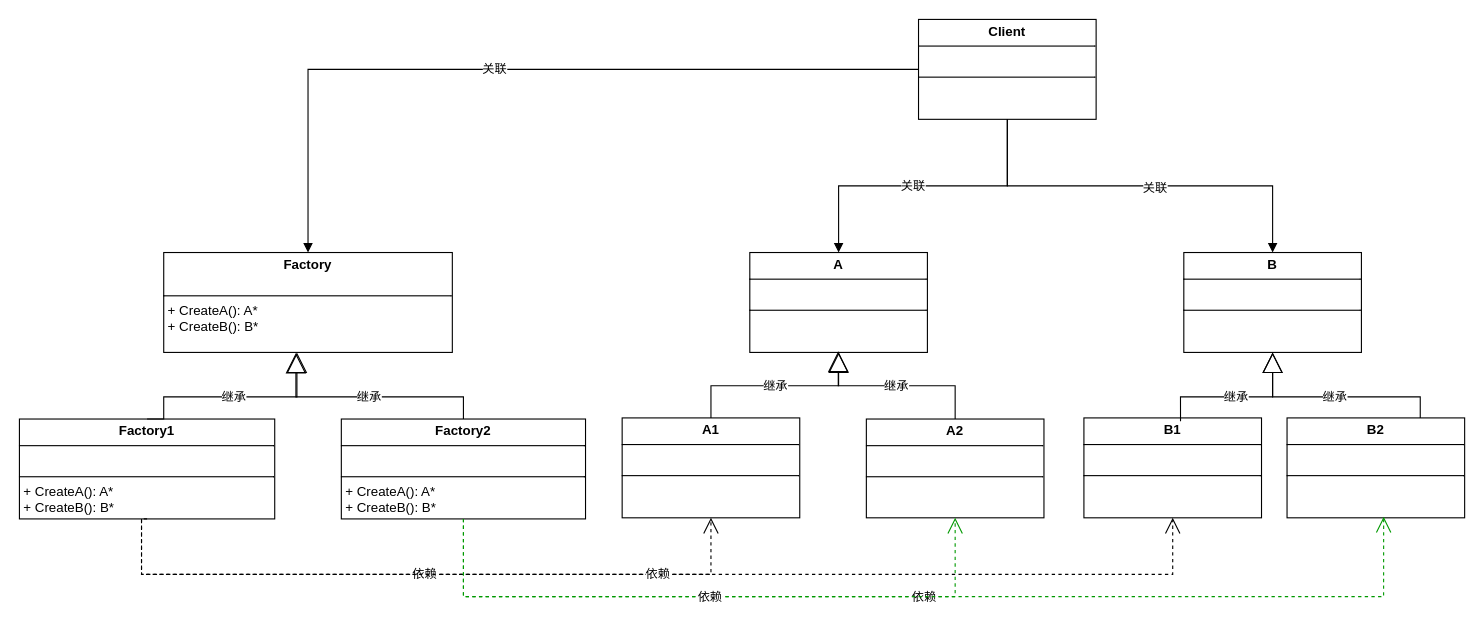
Above: page "抽象工厂结构" (2 of 5) of 设计模式.drawio in liyunhao2/technology (draw.io), before the change. Source tidied: cells renumbered, new cells numbered last; positions are measured from the earlier drawing's top-left corner, leaving out a move shared by most shapes. Both pictures are drawn from the tidied source at 111%, with x=0, y=0 at pixel (19, 19).
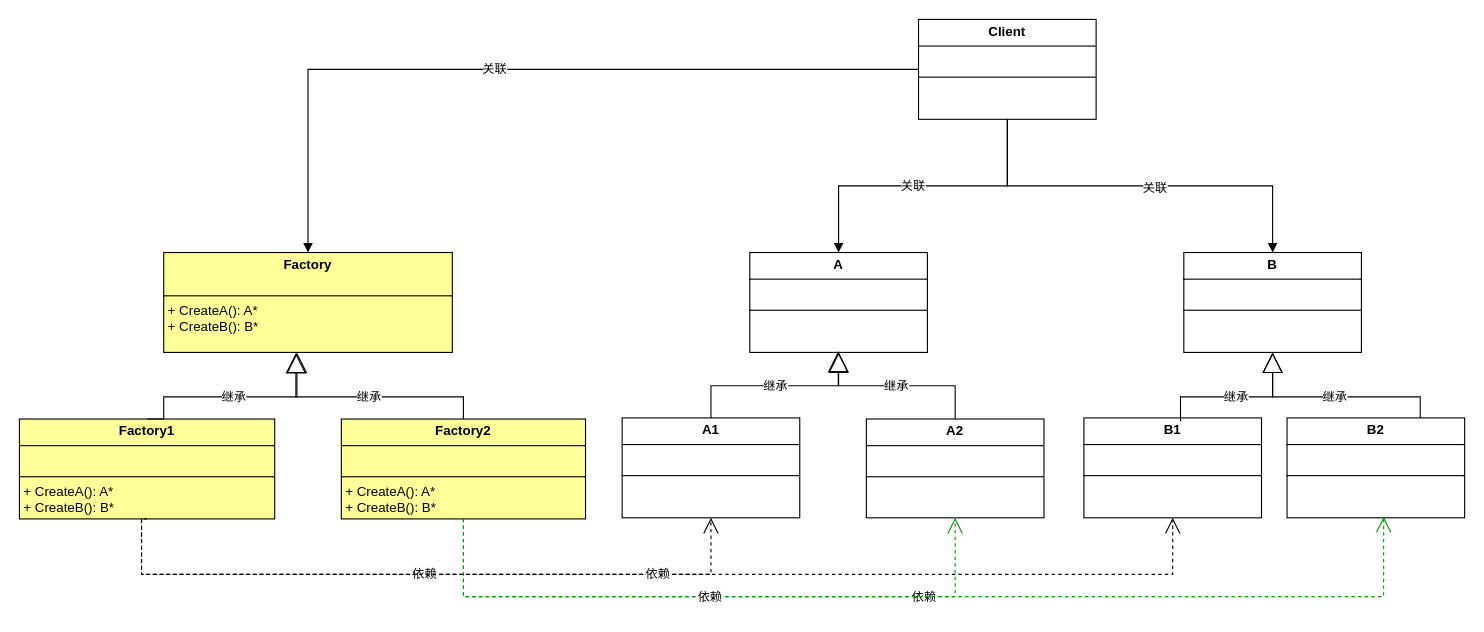
Above is the later version.

Diff of the diagram source:
```diff
@@
-    <mxCell id="6" value="&lt;p style=&quot;margin:0px;margin-top:4px;text-align:center;&quot;&gt;&lt;b&gt;Factory&lt;/b&gt;&lt;/p&gt;&lt;p style=&quot;margin:0px;margin-left:4px;&quot;&gt;&lt;br&gt;&lt;/p&gt;&lt;hr size=&quot;1&quot; style=&quot;border-style:solid;&quot;&gt;&lt;p style=&quot;margin:0px;margin-left:4px;&quot;&gt;+ CreateA(): A*&lt;/p&gt;&lt;p style=&quot;margin:0px;margin-left:4px;&quot;&gt;+ CreateB(): B*&lt;br&gt;&lt;/p&gt;" style="verticalAlign=top;align=left;overflow=fill;html=1;whiteSpace=wrap;" parent="1" vertex="1">
+    <mxCell id="6" value="&lt;p style=&quot;margin:0px;margin-top:4px;text-align:center;&quot;&gt;&lt;b&gt;Factory&lt;/b&gt;&lt;/p&gt;&lt;p style=&quot;margin:0px;margin-left:4px;&quot;&gt;&lt;br&gt;&lt;/p&gt;&lt;hr size=&quot;1&quot; style=&quot;border-style:solid;&quot;&gt;&lt;p style=&quot;margin:0px;margin-left:4px;&quot;&gt;+ CreateA(): A*&lt;/p&gt;&lt;p style=&quot;margin:0px;margin-left:4px;&quot;&gt;+ CreateB(): B*&lt;br&gt;&lt;/p&gt;" style="verticalAlign=top;align=left;overflow=fill;html=1;whiteSpace=wrap;fillColor=#FFFF99;" parent="1" vertex="1">
       <mxGeometry x="130" y="210" width="260" height="90" as="geometry" />
     </mxCell>
-    <mxCell id="7" value="&lt;p style=&quot;margin:0px;margin-top:4px;text-align:center;&quot;&gt;&lt;b&gt;Factory1&lt;/b&gt;&lt;/p&gt;&lt;hr size=&quot;1&quot; style=&quot;border-style:solid;&quot;&gt;&lt;p style=&quot;margin:0px;margin-left:4px;&quot;&gt;&lt;br&gt;&lt;/p&gt;&lt;hr size=&quot;1&quot; style=&quot;border-style:solid;&quot;&gt;&lt;p style=&quot;margin: 0px 0px 0px 4px;&quot;&gt;+ CreateA(): A*&lt;/p&gt;&lt;p style=&quot;margin: 0px 0px 0px 4px;&quot;&gt;+ CreateB(): B*&lt;/p&gt;" style="verticalAlign=top;align=left;overflow=fill;html=1;whiteSpace=wrap;" parent="1" vertex="1">
+    <mxCell id="7" value="&lt;p style=&quot;margin:0px;margin-top:4px;text-align:center;&quot;&gt;&lt;b&gt;Factory1&lt;/b&gt;&lt;/p&gt;&lt;hr size=&quot;1&quot; style=&quot;border-style:solid;&quot;&gt;&lt;p style=&quot;margin:0px;margin-left:4px;&quot;&gt;&lt;br&gt;&lt;/p&gt;&lt;hr size=&quot;1&quot; style=&quot;border-style:solid;&quot;&gt;&lt;p style=&quot;margin: 0px 0px 0px 4px;&quot;&gt;+ CreateA(): A*&lt;/p&gt;&lt;p style=&quot;margin: 0px 0px 0px 4px;&quot;&gt;+ CreateB(): B*&lt;/p&gt;" style="verticalAlign=top;align=left;overflow=fill;html=1;whiteSpace=wrap;fillColor=#FFFF99;" parent="1" vertex="1">
       <mxGeometry y="360" width="230" height="90" as="geometry" />
     </mxCell>
-    <mxCell id="8" value="&lt;p style=&quot;margin:0px;margin-top:4px;text-align:center;&quot;&gt;&lt;b&gt;Factory2&lt;/b&gt;&lt;br&gt;&lt;/p&gt;&lt;hr size=&quot;1&quot; style=&quot;border-style:solid;&quot;&gt;&lt;p style=&quot;margin:0px;margin-left:4px;&quot;&gt;&lt;br&gt;&lt;/p&gt;&lt;hr size=&quot;1&quot; style=&quot;border-style:solid;&quot;&gt;&lt;p style=&quot;margin: 0px 0px 0px 4px;&quot;&gt;+ CreateA(): A*&lt;/p&gt;&lt;p style=&quot;margin: 0px 0px 0px 4px;&quot;&gt;+ CreateB(): B*&lt;/p&gt;" style="verticalAlign=top;align=left;overflow=fill;html=1;whiteSpace=wrap;" parent="1" vertex="1">
+    <mxCell id="8" value="&lt;p style=&quot;margin:0px;margin-top:4px;text-align:center;&quot;&gt;&lt;b&gt;Factory2&lt;/b&gt;&lt;br&gt;&lt;/p&gt;&lt;hr size=&quot;1&quot; style=&quot;border-style:solid;&quot;&gt;&lt;p style=&quot;margin:0px;margin-left:4px;&quot;&gt;&lt;br&gt;&lt;/p&gt;&lt;hr size=&quot;1&quot; style=&quot;border-style:solid;&quot;&gt;&lt;p style=&quot;margin: 0px 0px 0px 4px;&quot;&gt;+ CreateA(): A*&lt;/p&gt;&lt;p style=&quot;margin: 0px 0px 0px 4px;&quot;&gt;+ CreateB(): B*&lt;/p&gt;" style="verticalAlign=top;align=left;overflow=fill;html=1;whiteSpace=wrap;fillColor=#FFFF99;" parent="1" vertex="1">
       <mxGeometry x="290" y="360" width="220" height="90" as="geometry" />
     </mxCell>
```
